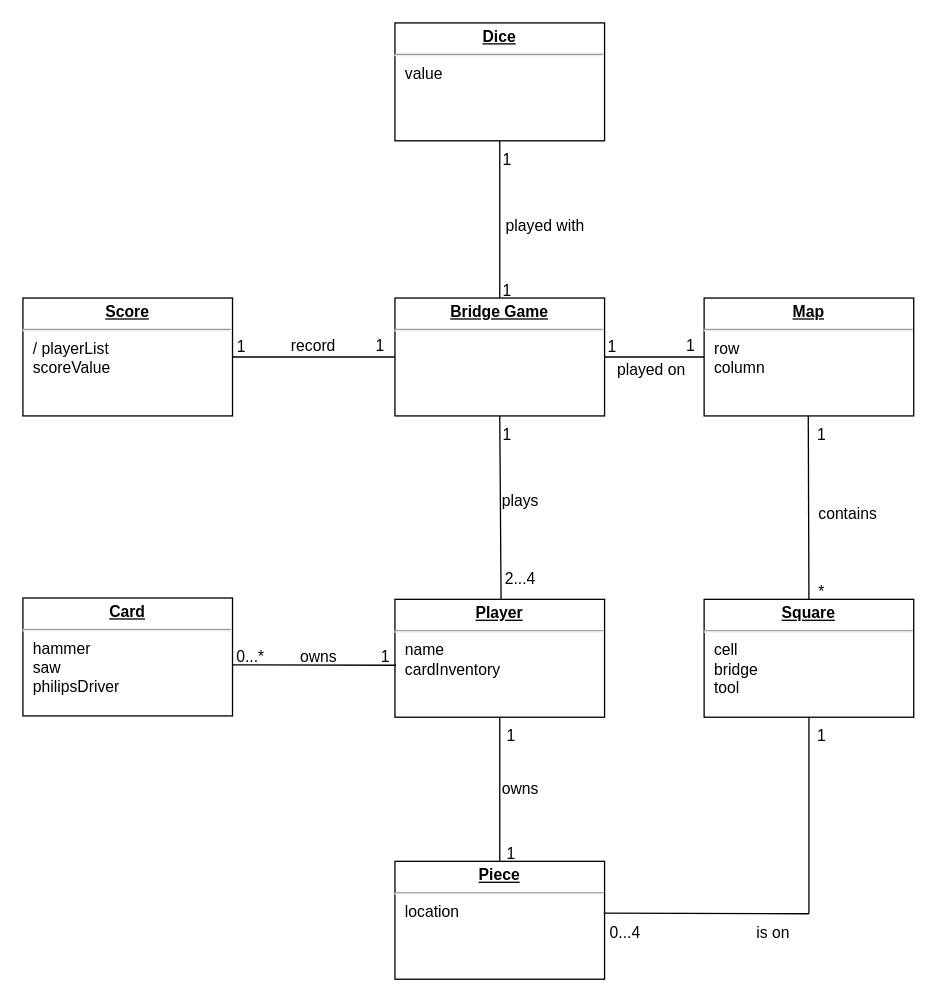
The draw.io diagram diagram/도메인모델/DomainModel.drawio in iGH01gi/SE_Term_Project, before the edit. Source tidied: cells renumbered, new cells numbered last; positions are measured from the earlier drawing's top-left corner, leaving out a move shared by most shapes. Both pictures are drawn from the tidied source at 131%, with x=0, y=0 at pixel (22, 22).
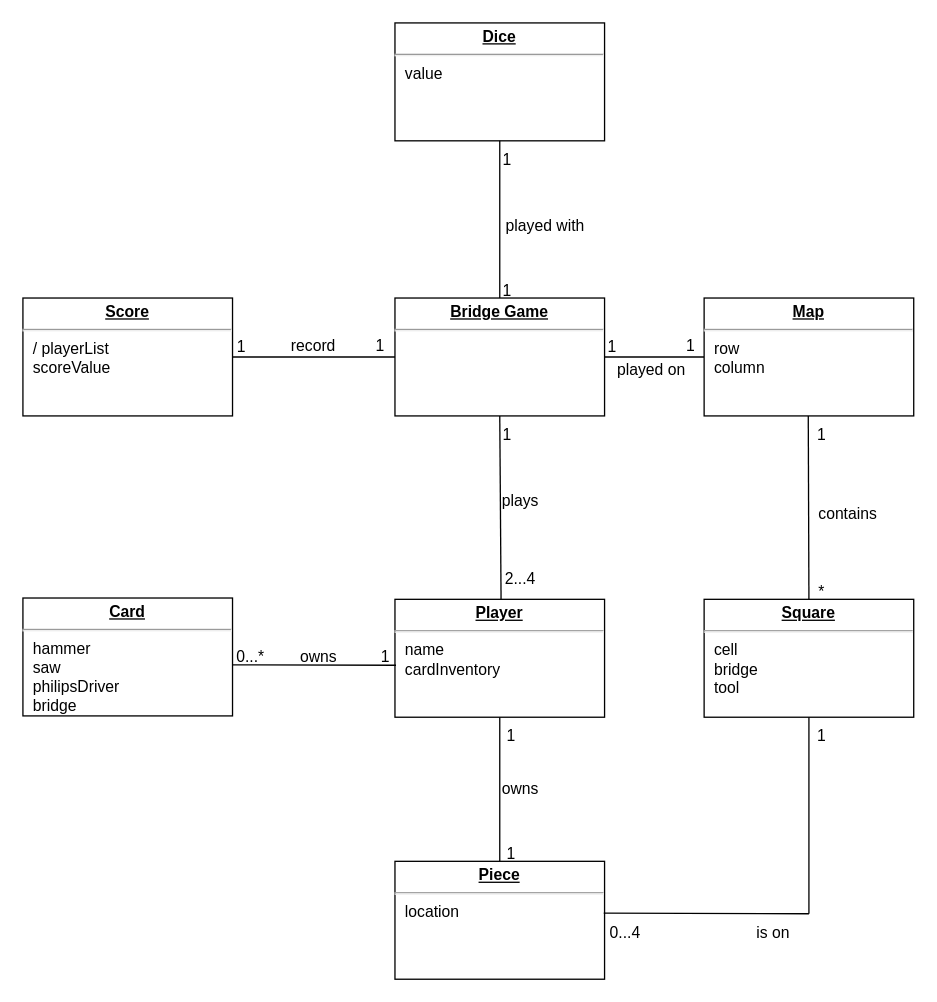
The same diagram, later.

The edit, as a diff of the source:
```diff
@@
-    <mxCell id="4" value="&lt;p style=&quot;margin:0px;margin-top:4px;text-align:center;text-decoration:underline;&quot;&gt;&lt;b&gt;Card&lt;/b&gt;&lt;/p&gt;&lt;hr&gt;&lt;p style=&quot;margin:0px;margin-left:8px;&quot;&gt;hammer&lt;/p&gt;&lt;p style=&quot;margin:0px;margin-left:8px;&quot;&gt;saw&lt;/p&gt;&lt;p style=&quot;margin:0px;margin-left:8px;&quot;&gt;philipsDriver&lt;/p&gt;" style="verticalAlign=top;align=left;overflow=fill;fontSize=12;fontFamily=Helvetica;html=1;" parent="1" vertex="1">
+    <mxCell id="4" value="&lt;p style=&quot;margin:0px;margin-top:4px;text-align:center;text-decoration:underline;&quot;&gt;&lt;b&gt;Card&lt;/b&gt;&lt;/p&gt;&lt;hr&gt;&lt;p style=&quot;margin:0px;margin-left:8px;&quot;&gt;hammer&lt;/p&gt;&lt;p style=&quot;margin:0px;margin-left:8px;&quot;&gt;saw&lt;/p&gt;&lt;p style=&quot;margin:0px;margin-left:8px;&quot;&gt;philipsDriver&lt;/p&gt;&lt;p style=&quot;margin:0px;margin-left:8px;&quot;&gt;bridge&lt;/p&gt;" style="verticalAlign=top;align=left;overflow=fill;fontSize=12;fontFamily=Helvetica;html=1;" parent="1" vertex="1">
       <mxGeometry y="439" width="160" height="90" as="geometry" />
     </mxCell>
```
